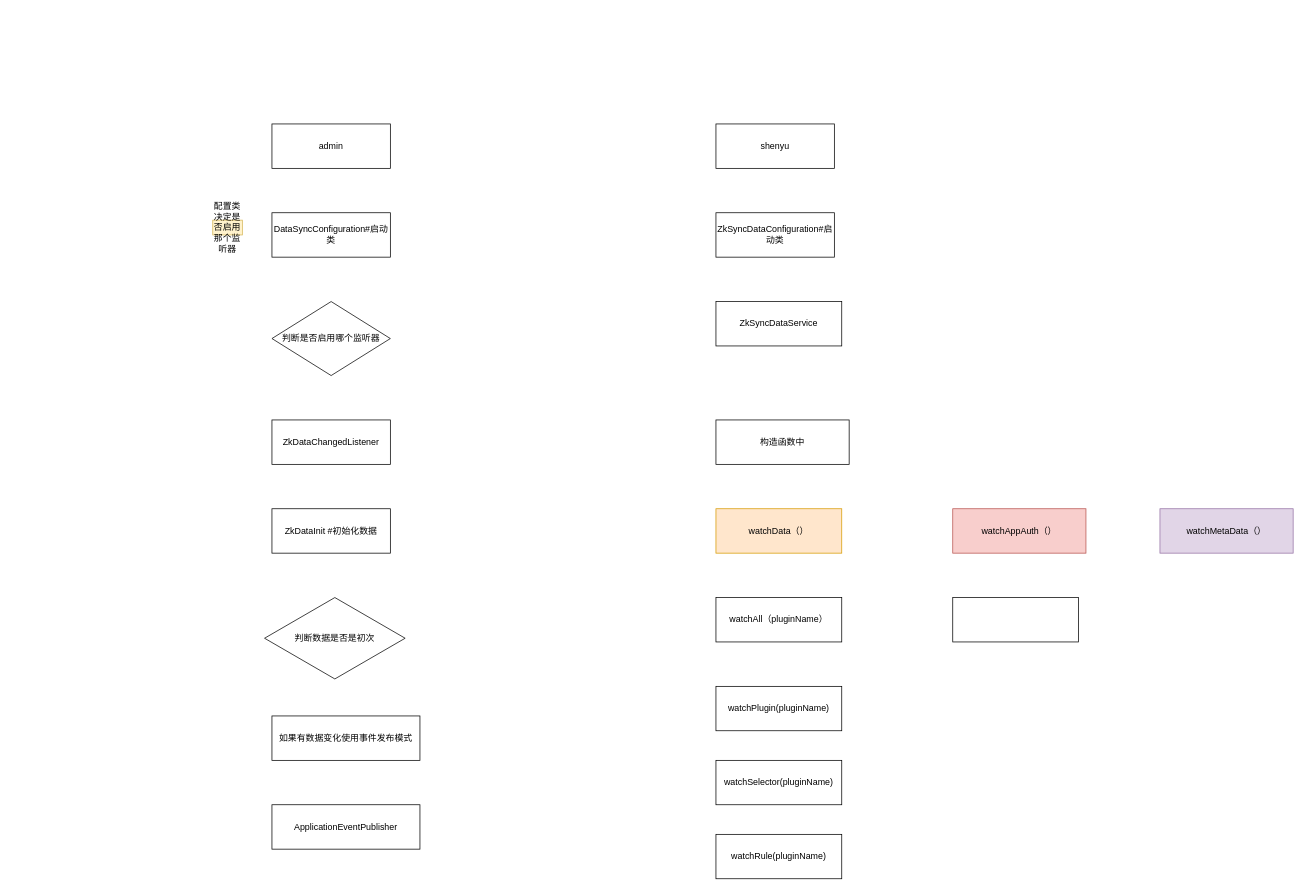
FocusZhouGD/drawprogram keeps this draw.io diagram as shenyusync.drawio. Above is the earlier version. Source tidied: cells renumbered, new cells numbered last; positions are measured from the earlier drawing's top-left corner, leaving out a move shared by most shapes. Both pictures are drawn from the tidied source at 74%, with x=0, y=0 at pixel (212, 124).
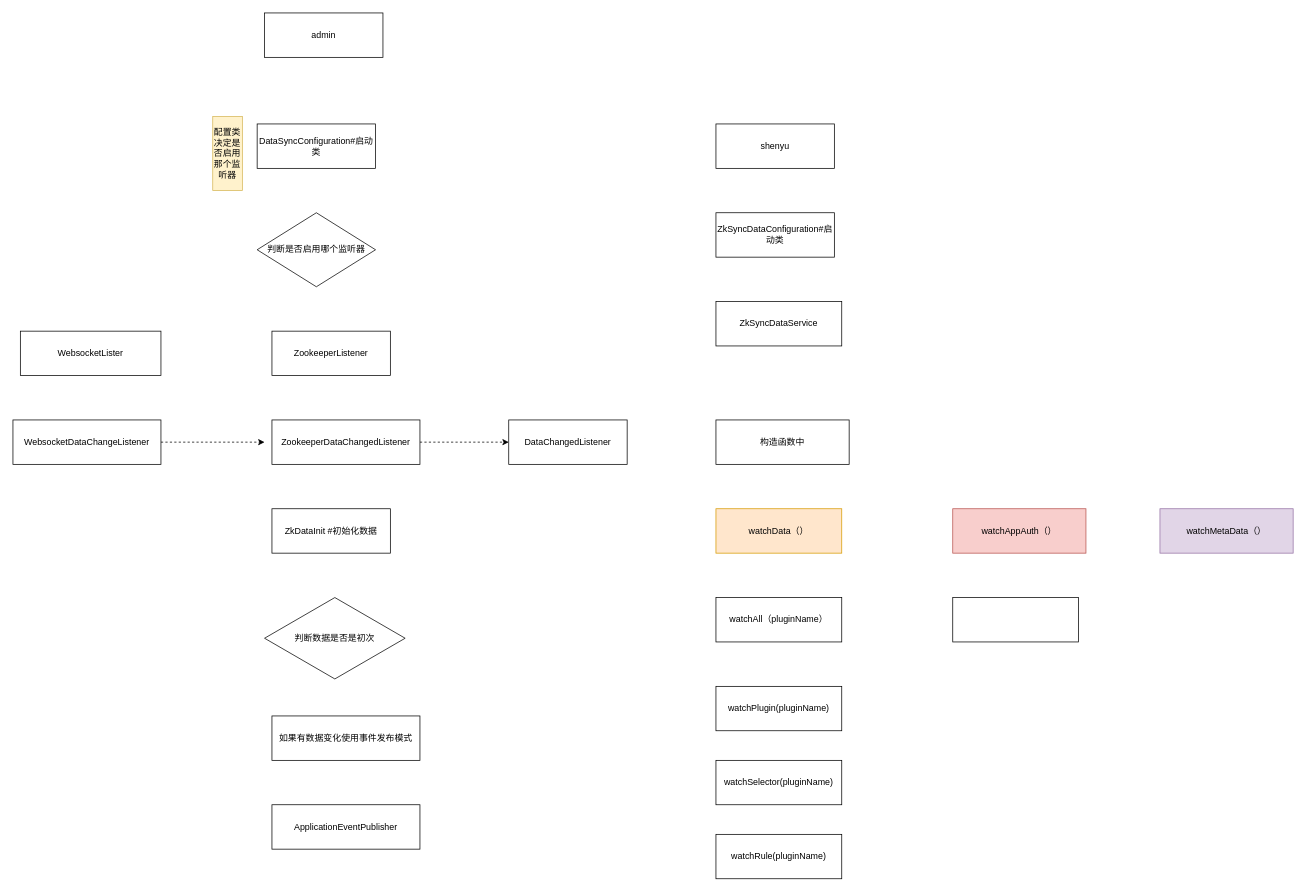
The same diagram, later.

What changed in the source:
```diff
@@
     <mxCell id="2" value="admin" style="rounded=0;whiteSpace=wrap;html=1;" parent="1" vertex="1">
-      <mxGeometry x="80" width="160" height="60" as="geometry" />
+      <mxGeometry x="70" y="-150" width="160" height="60" as="geometry" />
     </mxCell>
     <mxCell id="3" value="DataSyncConfiguration#启动类" style="rounded=0;whiteSpace=wrap;html=1;" parent="1" vertex="1">
-      <mxGeometry x="80" y="120" width="160" height="60" as="geometry" />
+      <mxGeometry x="60" width="160" height="60" as="geometry" />
     </mxCell>
     <mxCell id="4" value="配置类决定是否启用那个监听器&lt;br&gt;" style="text;html=1;strokeColor=#d6b656;fillColor=#fff2cc;align=center;verticalAlign=middle;whiteSpace=wrap;rounded=0;" parent="1" vertex="1">
-      <mxGeometry y="130" width="40" height="20" as="geometry" />
+      <mxGeometry y="-10" width="40" height="100" as="geometry" />
     </mxCell>
     <mxCell id="5" value="判断是否启用哪个监听器" style="rhombus;whiteSpace=wrap;html=1;" parent="1" vertex="1">
-      <mxGeometry x="80" y="240" width="160" height="100" as="geometry" />
+      <mxGeometry x="60" y="120" width="160" height="100" as="geometry" />
     </mxCell>
+    <mxCell id="23" style="edgeStyle=orthogonalEdgeStyle;rounded=0;jettySize=auto;html=1;entryX=0;entryY=0.5;entryDx=0;entryDy=0;dashed=1;" parent="1" edge="1" source="6" target="27">
+      <mxGeometry relative="1" as="geometry" />
+    </mxCell>
-    <mxCell id="6" value="ZkDataChangedListener" style="rounded=0;whiteSpace=wrap;html=1;" parent="1" vertex="1">
-      <mxGeometry x="80" y="400" width="160" height="60" as="geometry" />
+    <mxCell id="6" value="ZookeeperDataChangedListener" style="rounded=0;whiteSpace=wrap;html=1;" parent="1" vertex="1">
+      <mxGeometry x="80" y="400" width="200" height="60" as="geometry" />
     </mxCell>
@@
+    <mxCell id="24" value="WebsocketLister" style="rounded=0;whiteSpace=wrap;html=1;" parent="1" vertex="1">
+      <mxGeometry x="-260" y="280" width="190" height="60" as="geometry" />
+    </mxCell>
+    <mxCell id="25" style="edgeStyle=orthogonalEdgeStyle;rounded=0;jettySize=auto;html=1;dashed=1;" parent="1" edge="1" source="26">
+      <mxGeometry relative="1" as="geometry">
+        <mxPoint x="70" y="430" as="targetPoint" />
+      </mxGeometry>
+    </mxCell>
+    <mxCell id="26" value="WebsocketDataChangeListener" style="rounded=0;whiteSpace=wrap;html=1;" parent="1" vertex="1">
+      <mxGeometry x="-270" y="400" width="200" height="60" as="geometry" />
+    </mxCell>
+    <mxCell id="27" value="DataChangedListener" style="rounded=0;whiteSpace=wrap;html=1;" parent="1" vertex="1">
+      <mxGeometry x="400" y="400" width="160" height="60" as="geometry" />
+    </mxCell>
+    <mxCell id="28" value="ZookeeperListener" style="rounded=0;whiteSpace=wrap;html=1;" parent="1" vertex="1">
+      <mxGeometry x="80" y="280" width="160" height="60" as="geometry" />
+    </mxCell>
```
